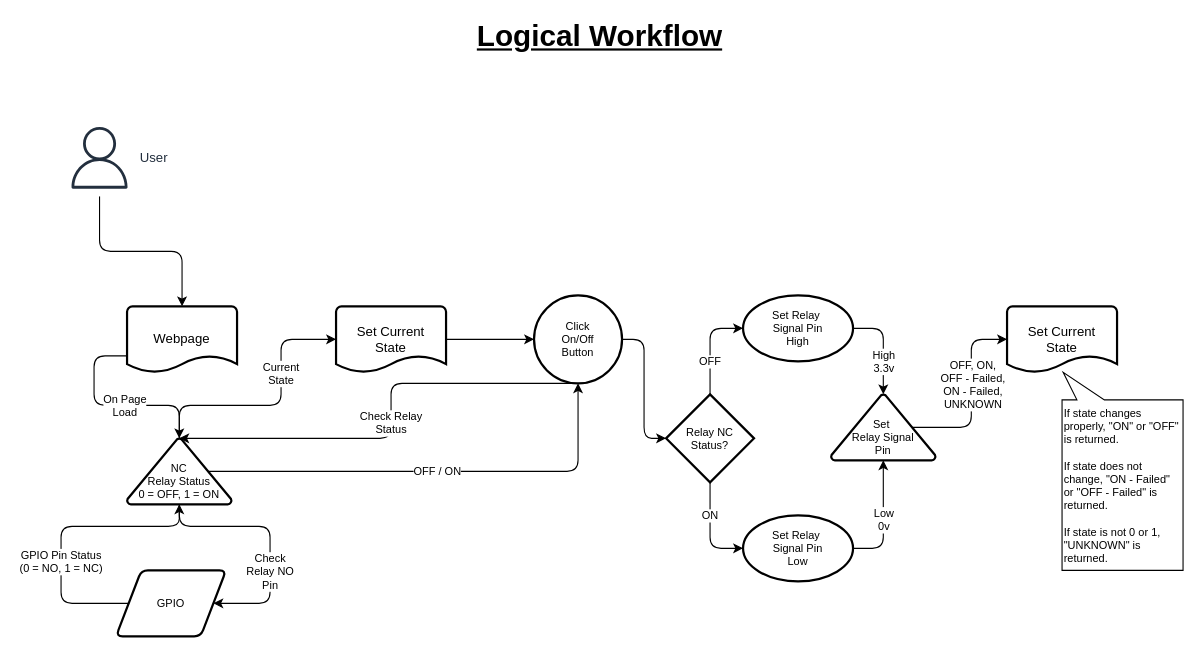
The draw.io diagram assets/logic_workflow.drawio in miarond/RPi_Irrigation_Bypass_Sensor, before the edit. Source tidied: cells renumbered, new cells numbered last; positions are measured from the earlier drawing's top-left corner, leaving out a move shared by most shapes. Both pictures are drawn from the tidied source at 110%, with x=0, y=0 at pixel (61, 20).
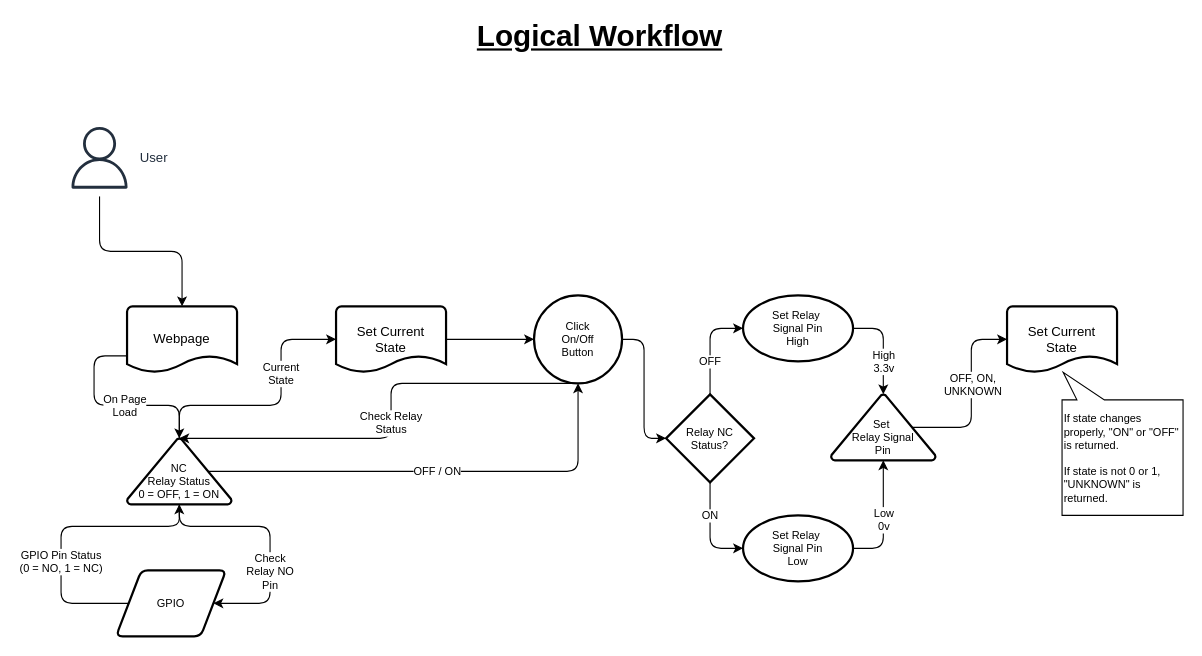
After the change.

Unchanged cells that the change refers to:
```xml
<mxCell id="23" style="edgeStyle=orthogonalEdgeStyle;html=1;exitX=0.78;exitY=0.5;exitDx=0;exitDy=0;exitPerimeter=0;entryX=0;entryY=0.5;entryDx=0;entryDy=0;entryPerimeter=0;fontSize=10;startArrow=none;startFill=0;" parent="1" edge="1" source="25" target="26">
  <mxGeometry relative="1" as="geometry" />
</mxCell>
```

Change to the diagram source:
```diff
@@
-    <mxCell id="24" value="OFF, ON,&lt;br&gt;OFF - Failed,&lt;br&gt;ON - Failed,&lt;br&gt;UNKNOWN" style="edgeLabel;html=1;align=center;verticalAlign=middle;fontSize=10;" parent="23" vertex="1">
+    <mxCell id="24" value="OFF, ON,&lt;br&gt;UNKNOWN" style="edgeLabel;html=1;align=center;verticalAlign=middle;fontSize=10;" parent="23" vertex="1">
       <mxGeometry x="-0.07" relative="1" as="geometry">
         <mxPoint x="1" y="-16" as="offset" />
       </mxGeometry>
     </mxCell>
@@
-    <mxCell id="27" value="If state changes properly, &quot;ON&quot; or &quot;OFF&quot; is returned.&lt;br&gt;&lt;br&gt;If state does not change, &quot;ON - Failed&quot; or &quot;OFF - Failed&quot; is returned.&lt;br&gt;&lt;br&gt;If state is not 0 or 1, &quot;UNKNOWN&quot; is returned." style="whiteSpace=wrap;html=1;shape=mxgraph.basic.rectCallout;dx=26;dy=25;boundedLbl=1;fontSize=10;flipH=0;flipV=1;align=left;" parent="1" vertex="1">
-      <mxGeometry x="910" y="320" width="110" height="180" as="geometry" />
+    <mxCell id="27" value="If state changes properly, &quot;ON&quot; or &quot;OFF&quot; is returned.&lt;br&gt;&lt;br&gt;If state is not 0 or 1, &quot;UNKNOWN&quot; is returned." style="whiteSpace=wrap;html=1;shape=mxgraph.basic.rectCallout;dx=26;dy=25;boundedLbl=1;fontSize=10;flipH=0;flipV=1;align=left;" parent="1" vertex="1">
+      <mxGeometry x="910" y="320" width="110" height="130" as="geometry" />
     </mxCell>
```
